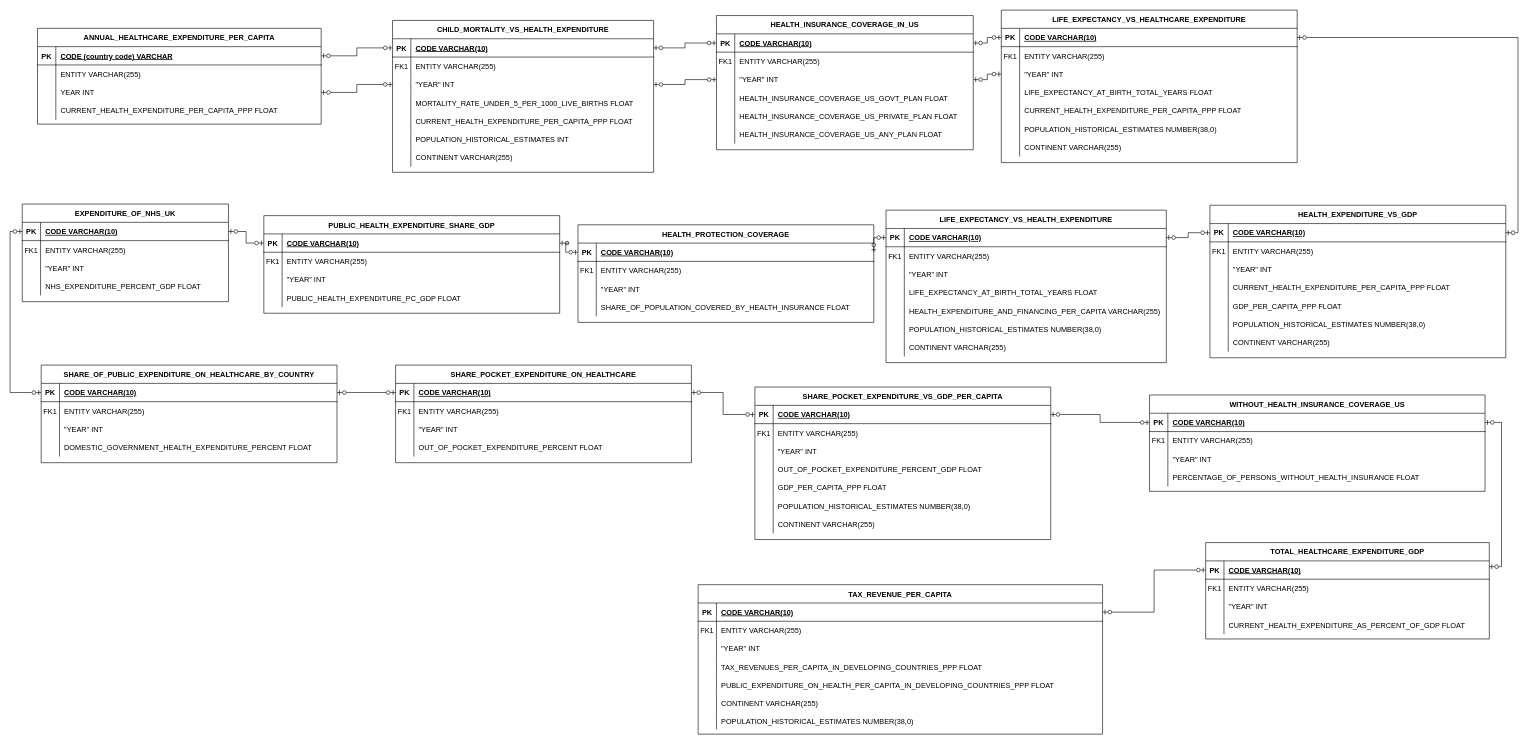
Earlier version of the draw.io diagram financing_healthcare_erd.drawio (A1exanderBates/Financing-Healthcare-Data-Project). Source tidied: cells renumbered, new cells numbered last; positions are measured from the earlier drawing's top-left corner, leaving out a move shared by most shapes. Both pictures are drawn from the tidied source at 61%, with x=0, y=0 at pixel (22, 10).
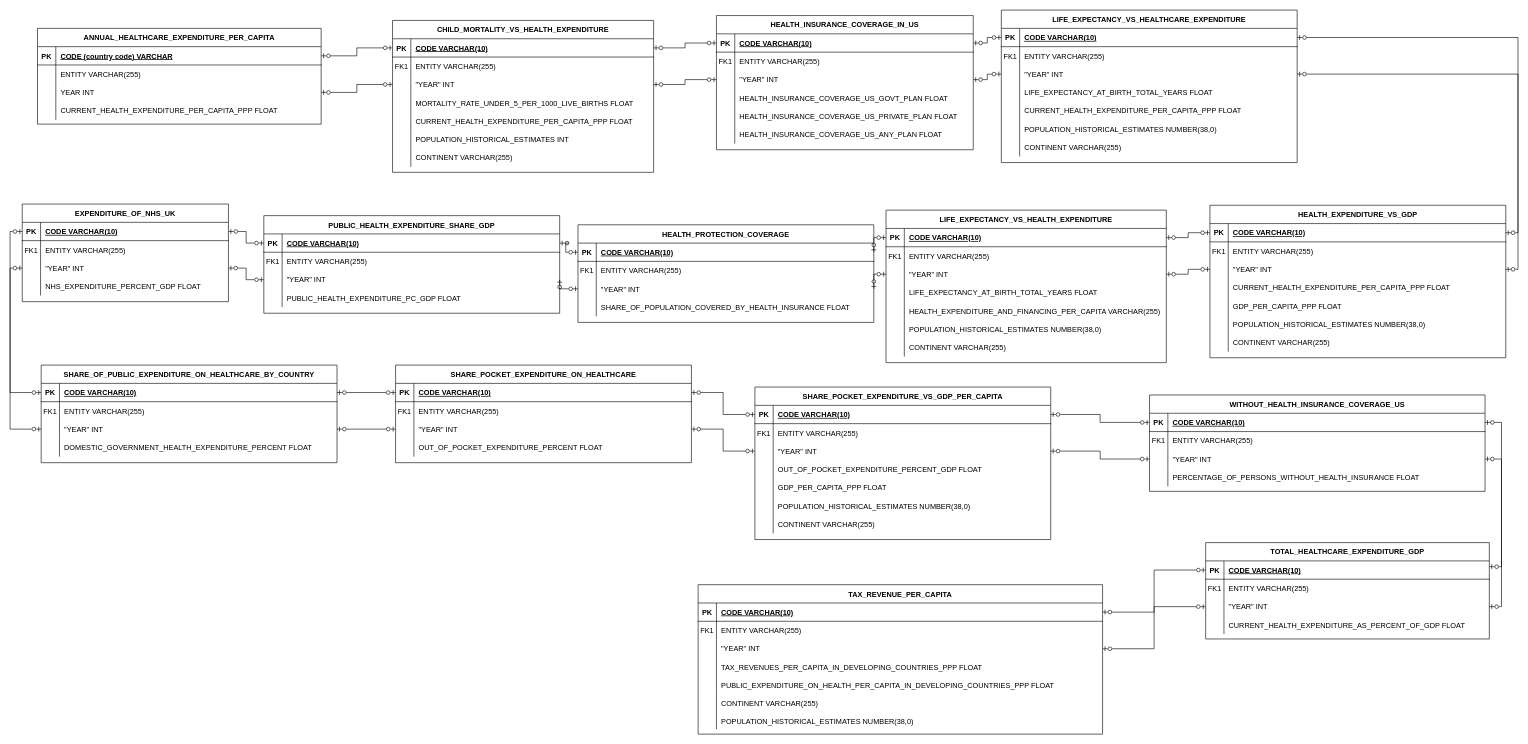
After the change.

Unchanged cells that the change refers to:
```xml
<mxCell id="31" style="shape=partialRectangle;fillColor=none;points=[[0,0.5],[1,0.5]];portConstraint=eastwest;top=0;left=0;right=0;bottom=0;" parent="24" vertex="1">
  <mxGeometry y="90" width="338" height="30" as="geometry" />
</mxCell>
<mxCell id="76" style="shape=partialRectangle;fillColor=none;points=[[0,0.5],[1,0.5]];portConstraint=eastwest;top=0;left=0;right=0;bottom=0;" parent="69" vertex="1">
  <mxGeometry y="90" width="485" height="30" as="geometry" />
</mxCell>
<mxCell id="89" style="shape=partialRectangle;fillColor=none;points=[[0,0.5],[1,0.5]];portConstraint=eastwest;top=0;left=0;right=0;bottom=0;" parent="82" vertex="1">
  <mxGeometry y="90" width="485" height="30" as="geometry" />
</mxCell>
<mxCell id="111" style="shape=partialRectangle;fillColor=none;points=[[0,0.5],[1,0.5]];portConstraint=eastwest;top=0;left=0;right=0;bottom=0;" parent="104" vertex="1">
  <mxGeometry y="90" width="459.5" height="30" as="geometry" />
</mxCell>
<mxCell id="133" style="shape=partialRectangle;fillColor=none;points=[[0,0.5],[1,0.5]];portConstraint=eastwest;top=0;left=0;right=0;bottom=0;" parent="126" vertex="1">
  <mxGeometry y="90" width="485" height="30" as="geometry" />
</mxCell>
<mxCell id="146" style="shape=partialRectangle;fillColor=none;points=[[0,0.5],[1,0.5]];portConstraint=eastwest;top=0;left=0;right=0;bottom=0;" parent="139" vertex="1">
  <mxGeometry y="90" width="485" height="30" as="geometry" />
</mxCell>
<mxCell id="159" style="shape=partialRectangle;fillColor=none;points=[[0,0.5],[1,0.5]];portConstraint=eastwest;top=0;left=0;right=0;bottom=0;" parent="152" vertex="1">
  <mxGeometry y="90" width="485" height="30" as="geometry" />
</mxCell>
<mxCell id="172" style="shape=partialRectangle;fillColor=none;points=[[0,0.5],[1,0.5]];portConstraint=eastwest;top=0;left=0;right=0;bottom=0;" parent="165" vertex="1">
  <mxGeometry y="90" width="485" height="30" as="geometry" />
</mxCell>
<mxCell id="194" style="shape=partialRectangle;fillColor=none;points=[[0,0.5],[1,0.5]];portConstraint=eastwest;top=0;left=0;right=0;bottom=0;" parent="187" vertex="1">
  <mxGeometry y="90" width="663" height="30" as="geometry" />
</mxCell>
<mxCell id="216" style="shape=partialRectangle;fillColor=none;points=[[0,0.5],[1,0.5]];portConstraint=eastwest;top=0;left=0;right=0;bottom=0;" parent="209" vertex="1">
  <mxGeometry y="90" width="465" height="30" as="geometry" />
</mxCell>
<mxCell id="229" style="shape=partialRectangle;fillColor=none;points=[[0,0.5],[1,0.5]];portConstraint=eastwest;top=0;left=0;right=0;bottom=0;" parent="222" vertex="1">
  <mxGeometry y="90" width="550" height="30" as="geometry" />
</mxCell>
<mxCell id="251" style="shape=partialRectangle;fillColor=none;points=[[0,0.5],[1,0.5]];portConstraint=eastwest;top=0;left=0;right=0;bottom=0;" parent="244" vertex="1">
  <mxGeometry y="90" width="485" height="30" as="geometry" />
</mxCell>
```

Change to the diagram source:
```diff
@@
+    <mxCell id="274" style="edgeStyle=orthogonalEdgeStyle;rounded=0;jettySize=auto;html=1;exitX=1;exitY=0.5;exitDx=0;exitDy=0;entryX=1;entryY=0.5;entryDx=0;entryDy=0;endArrow=ERzeroToOne;endFill=0;startArrow=ERzeroToOne;startFill=0;" parent="1" edge="1" source="89" target="251">
+      <mxGeometry relative="1" as="geometry" />
+    </mxCell>
+    <mxCell id="275" style="edgeStyle=orthogonalEdgeStyle;rounded=0;jettySize=auto;html=1;exitX=0;exitY=0.5;exitDx=0;exitDy=0;entryX=1;entryY=0.5;entryDx=0;entryDy=0;endArrow=ERzeroToOne;endFill=0;startArrow=ERzeroToOne;startFill=0;" parent="1" edge="1" source="251" target="111">
+      <mxGeometry relative="1" as="geometry" />
+    </mxCell>
+    <mxCell id="276" style="edgeStyle=orthogonalEdgeStyle;rounded=0;jettySize=auto;html=1;exitX=0;exitY=0.5;exitDx=0;exitDy=0;entryX=1;entryY=0.5;entryDx=0;entryDy=0;endArrow=ERzeroToOne;endFill=0;startArrow=ERzeroToOne;startFill=0;" parent="1" edge="1" source="111" target="76">
+      <mxGeometry relative="1" as="geometry" />
+    </mxCell>
+    <mxCell id="277" style="edgeStyle=orthogonalEdgeStyle;rounded=0;jettySize=auto;html=1;exitX=0;exitY=0.5;exitDx=0;exitDy=0;entryX=1;entryY=0.5;entryDx=0;entryDy=0;endArrow=ERzeroToOne;endFill=0;startArrow=ERzeroToOne;startFill=0;" parent="1" edge="1" source="76" target="133">
+      <mxGeometry relative="1" as="geometry" />
+    </mxCell>
+    <mxCell id="278" style="edgeStyle=orthogonalEdgeStyle;rounded=0;jettySize=auto;html=1;exitX=0;exitY=0.5;exitDx=0;exitDy=0;entryX=1;entryY=0.5;entryDx=0;entryDy=0;endArrow=ERzeroToOne;endFill=0;startArrow=ERzeroToOne;startFill=0;" parent="1" edge="1" source="133" target="31">
+      <mxGeometry relative="1" as="geometry" />
+    </mxCell>
+    <mxCell id="279" style="edgeStyle=orthogonalEdgeStyle;rounded=0;jettySize=auto;html=1;exitX=0;exitY=0.5;exitDx=0;exitDy=0;entryX=1;entryY=0.5;entryDx=0;entryDy=0;endArrow=ERzeroToOne;endFill=0;startArrow=ERzeroToOne;startFill=0;" parent="1" edge="1" source="159" target="146">
+      <mxGeometry relative="1" as="geometry" />
+    </mxCell>
+    <mxCell id="280" style="edgeStyle=orthogonalEdgeStyle;rounded=0;jettySize=auto;html=1;exitX=0;exitY=0.5;exitDx=0;exitDy=0;entryX=0;entryY=0.5;entryDx=0;entryDy=0;endArrow=ERzeroToOne;endFill=0;startArrow=ERzeroToOne;startFill=0;" parent="1" edge="1" source="31" target="146">
+      <mxGeometry relative="1" as="geometry" />
+    </mxCell>
+    <mxCell id="281" style="edgeStyle=orthogonalEdgeStyle;rounded=0;jettySize=auto;html=1;exitX=1;exitY=0.5;exitDx=0;exitDy=0;entryX=0;entryY=0.5;entryDx=0;entryDy=0;startArrow=ERzeroToOne;startFill=0;endArrow=ERzeroToOne;endFill=0;" parent="1" edge="1" source="159" target="172">
+      <mxGeometry relative="1" as="geometry" />
+    </mxCell>
+    <mxCell id="282" style="edgeStyle=orthogonalEdgeStyle;rounded=0;jettySize=auto;html=1;exitX=1;exitY=0.5;exitDx=0;exitDy=0;entryX=0;entryY=0.5;entryDx=0;entryDy=0;startArrow=ERzeroToOne;startFill=0;endArrow=ERzeroToOne;endFill=0;" parent="1" edge="1" source="172" target="229">
+      <mxGeometry relative="1" as="geometry" />
+    </mxCell>
+    <mxCell id="283" style="edgeStyle=orthogonalEdgeStyle;rounded=0;jettySize=auto;html=1;exitX=0;exitY=0.5;exitDx=0;exitDy=0;entryX=1;entryY=0.5;entryDx=0;entryDy=0;endArrow=ERzeroToOne;endFill=0;startArrow=ERzeroToOne;startFill=0;" parent="1" edge="1" source="216" target="194">
+      <mxGeometry relative="1" as="geometry" />
+    </mxCell>
+    <mxCell id="284" style="edgeStyle=orthogonalEdgeStyle;rounded=0;jettySize=auto;html=1;exitX=1;exitY=0.5;exitDx=0;exitDy=0;entryX=1;entryY=0.5;entryDx=0;entryDy=0;endArrow=ERzeroToOne;endFill=0;startArrow=ERzeroToOne;startFill=0;" parent="1" edge="1" source="229" target="216">
+      <mxGeometry relative="1" as="geometry" />
+    </mxCell>
```
